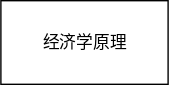
Earlier version of the draw.io export 未命名绘图.drawio.svg (fenton-xue/xmind). Source tidied: cells renumbered, new cells last; positions are measured from the earlier drawing's top-left corner, leaving out a move shared by most shapes. Its diagram source:
```xml
<mxGraphModel>
  <root>
    <mxCell id="0" />
    <mxCell id="1" parent="0" />
    <mxCell id="2" value="经济学原理" style="rounded=0;whiteSpace=wrap;html=1;" parent="1" vertex="1">
      <mxGeometry width="120" height="60" as="geometry" />
    </mxCell>
  </root>
</mxGraphModel>
```
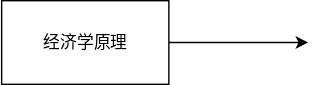
The same file after the commit.

Commit message:
更新未命名绘图.drawio.svg

Diff of the diagram source:
```diff
@@ -2,6 +2,11 @@
   <root>
     <mxCell id="0" />
     <mxCell id="1" parent="0" />
+    <mxCell id="3" style="edgeStyle=orthogonalEdgeStyle;rounded=0;jettySize=auto;html=1;exitX=1;exitY=0.5;exitDx=0;exitDy=0;" parent="1" edge="1" source="2">
+      <mxGeometry relative="1" as="geometry">
+        <mxPoint x="220" y="30" as="targetPoint" />
+      </mxGeometry>
+    </mxCell>
     <mxCell id="2" value="经济学原理" style="rounded=0;whiteSpace=wrap;html=1;" parent="1" vertex="1">
       <mxGeometry width="120" height="60" as="geometry" />
     </mxCell>
```
